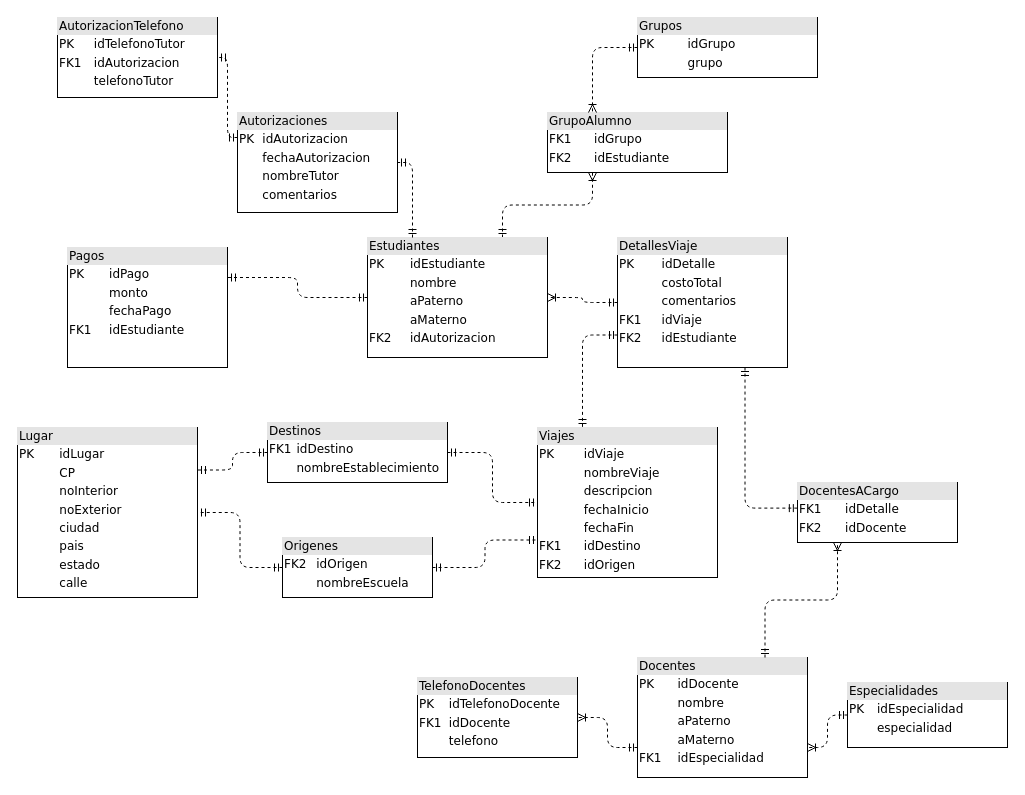
Earlier version of the draw.io diagram proyecto/DiagramaRelacionalNormalizado.drawio (ShyAd1/Database). Source tidied: cells renumbered, new cells numbered last; positions are measured from the earlier drawing's top-left corner, leaving out a move shared by most shapes. Both pictures are drawn from the tidied source at 100%, with x=0, y=0 at pixel (17, 17).
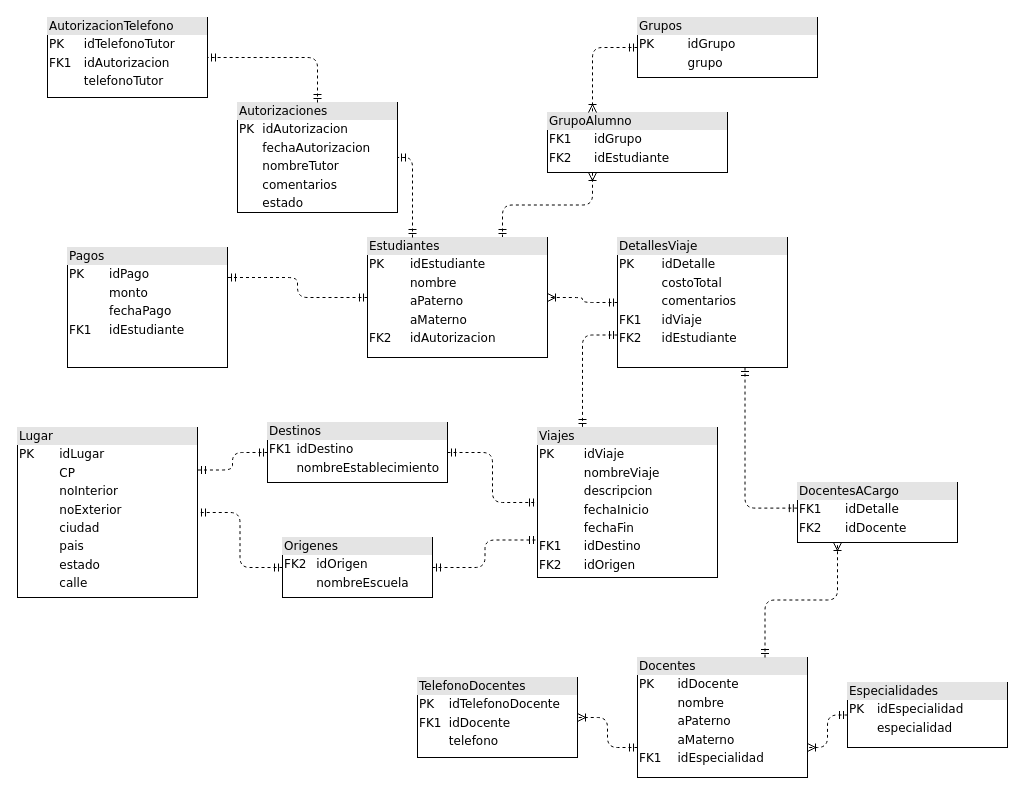
The same diagram, later.

The edit, as a diff of the source:
```diff
@@
-    <mxCell id="8" value="&lt;div style=&quot;box-sizing:border-box;width:100%;background:#e4e4e4;padding:2px;&quot;&gt;Autorizaciones&lt;/div&gt;&lt;table style=&quot;width:100%;font-size:1em;&quot; cellpadding=&quot;2&quot; cellspacing=&quot;0&quot;&gt;&lt;tbody&gt;&lt;tr&gt;&lt;td&gt;PK&lt;/td&gt;&lt;td&gt;idAutorizacion&lt;/td&gt;&lt;/tr&gt;&lt;tr&gt;&lt;td&gt;&lt;/td&gt;&lt;td&gt;fechaAutorizacion&lt;/td&gt;&lt;/tr&gt;&lt;tr&gt;&lt;td&gt;&lt;br&gt;&lt;/td&gt;&lt;td&gt;nombreTutor&lt;/td&gt;&lt;/tr&gt;&lt;tr&gt;&lt;td&gt;&lt;br&gt;&lt;/td&gt;&lt;td&gt;comentarios&lt;/td&gt;&lt;/tr&gt;&lt;/tbody&gt;&lt;/table&gt;" style="verticalAlign=top;align=left;overflow=fill;html=1;rounded=0;shadow=0;comic=0;labelBackgroundColor=none;strokeWidth=1;fontFamily=Verdana;fontSize=12;" parent="1" vertex="1">
-      <mxGeometry x="220" y="95" width="160" height="100" as="geometry" />
+    <mxCell id="8" value="&lt;div style=&quot;box-sizing:border-box;width:100%;background:#e4e4e4;padding:2px;&quot;&gt;Autorizaciones&lt;/div&gt;&lt;table style=&quot;width:100%;font-size:1em;&quot; cellpadding=&quot;2&quot; cellspacing=&quot;0&quot;&gt;&lt;tbody&gt;&lt;tr&gt;&lt;td&gt;PK&lt;/td&gt;&lt;td&gt;idAutorizacion&lt;/td&gt;&lt;/tr&gt;&lt;tr&gt;&lt;td&gt;&lt;/td&gt;&lt;td&gt;fechaAutorizacion&lt;/td&gt;&lt;/tr&gt;&lt;tr&gt;&lt;td&gt;&lt;br&gt;&lt;/td&gt;&lt;td&gt;nombreTutor&lt;/td&gt;&lt;/tr&gt;&lt;tr&gt;&lt;td&gt;&lt;br&gt;&lt;/td&gt;&lt;td&gt;comentarios&lt;/td&gt;&lt;/tr&gt;&lt;tr&gt;&lt;td&gt;&lt;br&gt;&lt;/td&gt;&lt;td&gt;estado&lt;/td&gt;&lt;/tr&gt;&lt;/tbody&gt;&lt;/table&gt;" style="verticalAlign=top;align=left;overflow=fill;html=1;rounded=0;shadow=0;comic=0;labelBackgroundColor=none;strokeWidth=1;fontFamily=Verdana;fontSize=12;" parent="1" vertex="1">
+      <mxGeometry x="220" y="85" width="160" height="110" as="geometry" />
     </mxCell>
     <mxCell id="9" value="&lt;div style=&quot;box-sizing:border-box;width:100%;background:#e4e4e4;padding:2px;&quot;&gt;AutorizacionTelefono&lt;/div&gt;&lt;table style=&quot;width:100%;font-size:1em;&quot; cellpadding=&quot;2&quot; cellspacing=&quot;0&quot;&gt;&lt;tbody&gt;&lt;tr&gt;&lt;td&gt;PK&lt;/td&gt;&lt;td&gt;idTelefonoTutor&lt;/td&gt;&lt;/tr&gt;&lt;tr&gt;&lt;td&gt;FK1&lt;/td&gt;&lt;td&gt;idAutorizacion&lt;/td&gt;&lt;/tr&gt;&lt;tr&gt;&lt;td&gt;&lt;br&gt;&lt;/td&gt;&lt;td&gt;telefonoTutor&lt;/td&gt;&lt;/tr&gt;&lt;/tbody&gt;&lt;/table&gt;" style="verticalAlign=top;align=left;overflow=fill;html=1;rounded=0;shadow=0;comic=0;labelBackgroundColor=none;strokeWidth=1;fontFamily=Verdana;fontSize=12;" parent="1" vertex="1">
-      <mxGeometry x="40" width="160" height="80" as="geometry" />
+      <mxGeometry x="30" width="160" height="80" as="geometry" />
     </mxCell>
-    <mxCell id="10" style="edgeStyle=orthogonalEdgeStyle;html=1;dashed=1;labelBackgroundColor=none;startArrow=ERmandOne;endArrow=ERmandOne;fontFamily=Verdana;fontSize=12;align=left;exitX=0;exitY=0.25;exitDx=0;exitDy=0;entryX=1;entryY=0.5;entryDx=0;entryDy=0;endFill=0;" parent="1" edge="1" source="8" target="9">
+    <mxCell id="10" style="edgeStyle=orthogonalEdgeStyle;html=1;dashed=1;labelBackgroundColor=none;startArrow=ERmandOne;endArrow=ERmandOne;fontFamily=Verdana;fontSize=12;align=left;exitX=0.5;exitY=0;exitDx=0;exitDy=0;entryX=1;entryY=0.5;entryDx=0;entryDy=0;endFill=0;" parent="1" edge="1" source="8" target="9">
       <mxGeometry relative="1" as="geometry" />
     </mxCell>
```
